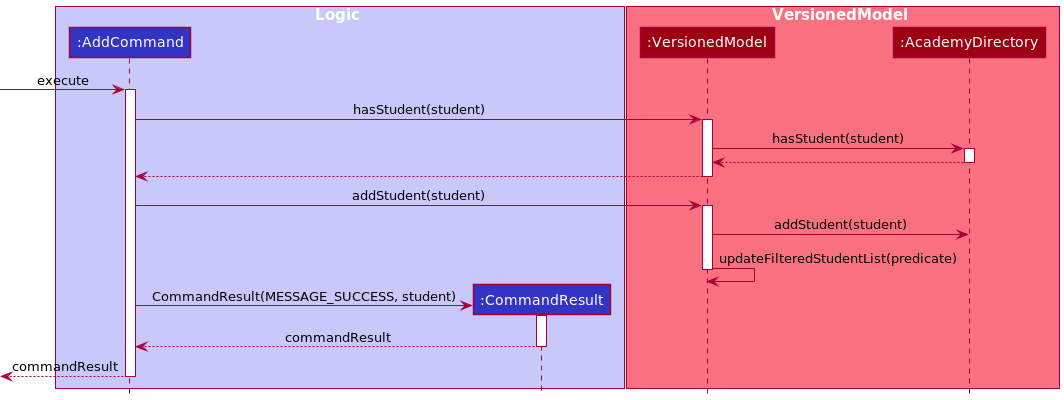
This is docs/images/dg/logic/commands/addcommand/AddCommandSequenceDiagram.png from nus-cs2103-AY2122S1/tp, a PlantUML export, as it was before one commit.
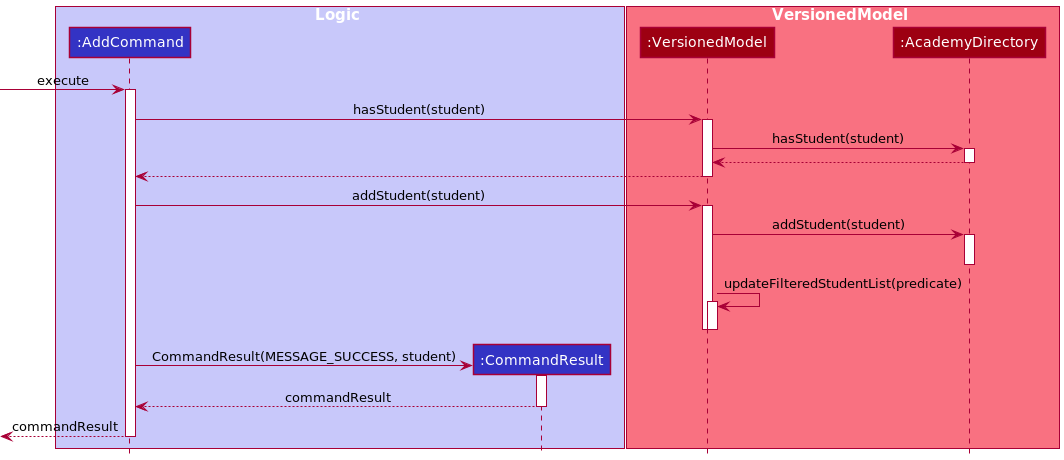
After the commit.

The edit, as a diff of the source:
```diff
@@ -17,8 +17,10 @@
 return
 return
 ac -> mm ++ :addStudent(student)
-mm -> ad :addStudent(student)
-mm -> mm : updateFilteredStudentList(predicate)
+mm -> ad ++ :addStudent(student)
+deactivate
+mm -> mm ++: updateFilteredStudentList(predicate)
+deactivate
 deactivate
 
 create result
```
